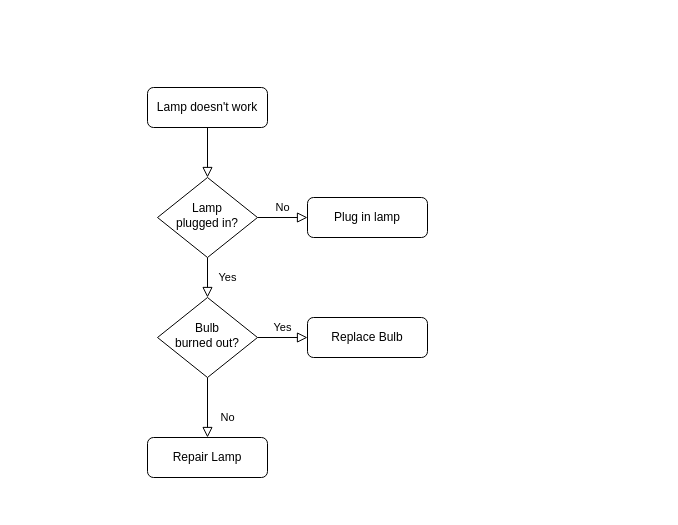
The draw.io diagram Untitled Diagram.drawio in 14790897/550-preprocess, before the edit. Source tidied: cells renumbered, new cells numbered last; positions are measured from the earlier drawing's top-left corner, leaving out a move shared by most shapes. Both pictures are drawn from the tidied source at 100%, with x=0, y=0 at pixel (147, 87). Pictures stored in the file or linked from it are replaced by grey dashed boxes.
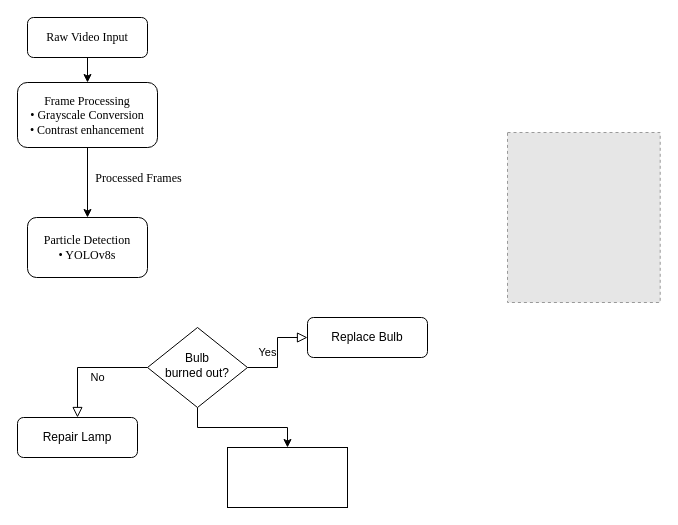
Above is the later version.

What changed in the source:
```diff
@@
 <mxGraphModel>
   <root>
     <mxCell id="0" />
     <mxCell id="1" parent="0" />
-    <mxCell id="2" style="rounded=0;html=1;jettySize=auto;fontSize=11;endArrow=block;endFill=0;endSize=8;strokeWidth=1;shadow=0;labelBackgroundColor=none;edgeStyle=orthogonalEdgeStyle;" parent="1" edge="1" source="3" target="6">
-      <mxGeometry relative="1" as="geometry" />
-    </mxCell>
+    <mxCell id="13" style="edgeStyle=orthogonalEdgeStyle;rounded=0;jettySize=auto;html=1;exitX=0.5;exitY=1;exitDx=0;exitDy=0;entryX=0.5;entryY=0;entryDx=0;entryDy=0;fontFamily=Times New Roman;fontSize=12;fontColor=default;" parent="1" edge="1" source="3" target="19">
+      <mxGeometry relative="1" as="geometry" />
+    </mxCell>
-    <mxCell id="3" value="Lamp doesn't work" style="rounded=1;whiteSpace=wrap;html=1;fontSize=12;glass=0;strokeWidth=1;shadow=0;" parent="1" vertex="1">
-      <mxGeometry width="120" height="40" as="geometry" />
+    <mxCell id="3" value="Raw Video Input" style="rounded=1;whiteSpace=wrap;html=1;fontSize=12;glass=0;strokeWidth=1;shadow=0;fontFamily=Times New Roman;" parent="1" vertex="1">
+      <mxGeometry x="-120" y="-70" width="120" height="40" as="geometry" />
     </mxCell>
-    <mxCell id="4" value="Yes" style="rounded=0;html=1;jettySize=auto;fontSize=11;endArrow=block;endFill=0;endSize=8;strokeWidth=1;shadow=0;labelBackgroundColor=none;edgeStyle=orthogonalEdgeStyle;" parent="1" edge="1" source="6" target="10">
-      <mxGeometry y="20" relative="1" as="geometry" />
-    </mxCell>
-    <mxCell id="5" value="No" style="edgeStyle=orthogonalEdgeStyle;rounded=0;html=1;jettySize=auto;fontSize=11;endArrow=block;endFill=0;endSize=8;strokeWidth=1;shadow=0;labelBackgroundColor=none;" parent="1" edge="1" source="6" target="7">
-      <mxGeometry y="10" relative="1" as="geometry" />
-    </mxCell>
-    <mxCell id="6" value="Lamp&lt;br&gt;plugged in?" style="rhombus;whiteSpace=wrap;html=1;shadow=0;fontFamily=Helvetica;fontSize=12;align=center;strokeWidth=1;spacing=6;spacingTop=-4;" parent="1" vertex="1">
-      <mxGeometry x="10" y="90" width="100" height="80" as="geometry" />
-    </mxCell>
-    <mxCell id="7" value="Plug in lamp" style="rounded=1;whiteSpace=wrap;html=1;fontSize=12;glass=0;strokeWidth=1;shadow=0;" parent="1" vertex="1">
-      <mxGeometry x="160" y="110" width="120" height="40" as="geometry" />
-    </mxCell>
     <mxCell id="8" value="No" style="rounded=0;html=1;jettySize=auto;fontSize=11;endArrow=block;endFill=0;endSize=8;strokeWidth=1;shadow=0;labelBackgroundColor=none;edgeStyle=orthogonalEdgeStyle;" parent="1" edge="1" source="10" target="11">
       <mxGeometry x="0.33" y="20" relative="1" as="geometry" />
     </mxCell>
     <mxCell id="9" value="Yes" style="edgeStyle=orthogonalEdgeStyle;rounded=0;html=1;jettySize=auto;fontSize=11;endArrow=block;endFill=0;endSize=8;strokeWidth=1;shadow=0;labelBackgroundColor=none;" parent="1" edge="1" source="10" target="12">
       <mxGeometry y="10" relative="1" as="geometry" />
     </mxCell>
+    <mxCell id="14" style="edgeStyle=orthogonalEdgeStyle;rounded=0;jettySize=auto;html=1;exitX=0.5;exitY=1;exitDx=0;exitDy=0;entryX=0.5;entryY=0;entryDx=0;entryDy=0;" parent="1" edge="1" source="10" target="16">
+      <mxGeometry relative="1" as="geometry" />
+    </mxCell>
     <mxCell id="10" value="Bulb&lt;br&gt;burned out?" style="rhombus;whiteSpace=wrap;html=1;shadow=0;fontFamily=Helvetica;fontSize=12;align=center;strokeWidth=1;spacing=6;spacingTop=-4;" parent="1" vertex="1">
-      <mxGeometry x="10" y="210" width="100" height="80" as="geometry" />
+      <mxGeometry y="240" width="100" height="80" as="geometry" />
     </mxCell>
     <mxCell id="11" value="Repair Lamp" style="rounded=1;whiteSpace=wrap;html=1;fontSize=12;glass=0;strokeWidth=1;shadow=0;" parent="1" vertex="1">
-      <mxGeometry y="350" width="120" height="40" as="geometry" />
+      <mxGeometry x="-130" y="330" width="120" height="40" as="geometry" />
     </mxCell>
     <mxCell id="12" value="Replace Bulb" style="rounded=1;whiteSpace=wrap;html=1;fontSize=12;glass=0;strokeWidth=1;shadow=0;" parent="1" vertex="1">
       <mxGeometry x="160" y="230" width="120" height="40" as="geometry" />
     </mxCell>
+    <mxCell id="15" style="fillColor=#E6E6E6;strokeColor=#999999;dashed=1;verticalLabelPosition=bottom;verticalAlign=top;" parent="1" vertex="1">
+      <mxGeometry x="360" y="45" width="152.7" height="170" as="geometry" />
+    </mxCell>
+    <mxCell id="16" style="rounded=0;whiteSpace=wrap;html=1;" parent="1" vertex="1">
+      <mxGeometry x="80" y="360" width="120" height="60" as="geometry" />
+    </mxCell>
+    <mxCell id="17" style="edgeStyle=orthogonalEdgeStyle;rounded=0;jettySize=auto;html=1;entryX=0.5;entryY=0;entryDx=0;entryDy=0;fontFamily=Times New Roman;fontSize=12;fontColor=default;" parent="1" edge="1" source="19" target="20">
+      <mxGeometry relative="1" as="geometry" />
+    </mxCell>
+    <mxCell id="18" value="Processed Frames" style="edgeLabel;html=1;align=center;verticalAlign=middle;rounded=1;shadow=0;glass=0;strokeColor=default;strokeWidth=1;fontFamily=Times New Roman;fontSize=12;fontColor=default;fillColor=default;" parent="17" vertex="1">
+      <mxGeometry x="-0.74" relative="1" as="geometry">
+        <mxPoint x="50" y="21" as="offset" />
+      </mxGeometry>
+    </mxCell>
+    <mxCell id="19" value="Frame Processing&lt;div&gt;• Grayscale Conversion&lt;/div&gt;&lt;div&gt;• Contrast enhancement&lt;/div&gt;" style="rounded=1;whiteSpace=wrap;html=1;fontSize=12;glass=0;strokeWidth=1;shadow=0;fontFamily=Times New Roman;" parent="1" vertex="1">
+      <mxGeometry x="-130" y="-5" width="140" height="65" as="geometry" />
+    </mxCell>
+    <mxCell id="20" value="Particle Detection&lt;div&gt;• YOLOv8s&lt;/div&gt;" style="rounded=1;whiteSpace=wrap;html=1;shadow=0;glass=0;strokeColor=default;strokeWidth=1;align=center;verticalAlign=middle;fontFamily=Times New Roman;fontSize=12;fontColor=default;fillColor=default;" parent="1" vertex="1">
+      <mxGeometry x="-120" y="130" width="120" height="60" as="geometry" />
+    </mxCell>
   </root>
 </mxGraphModel>
```
